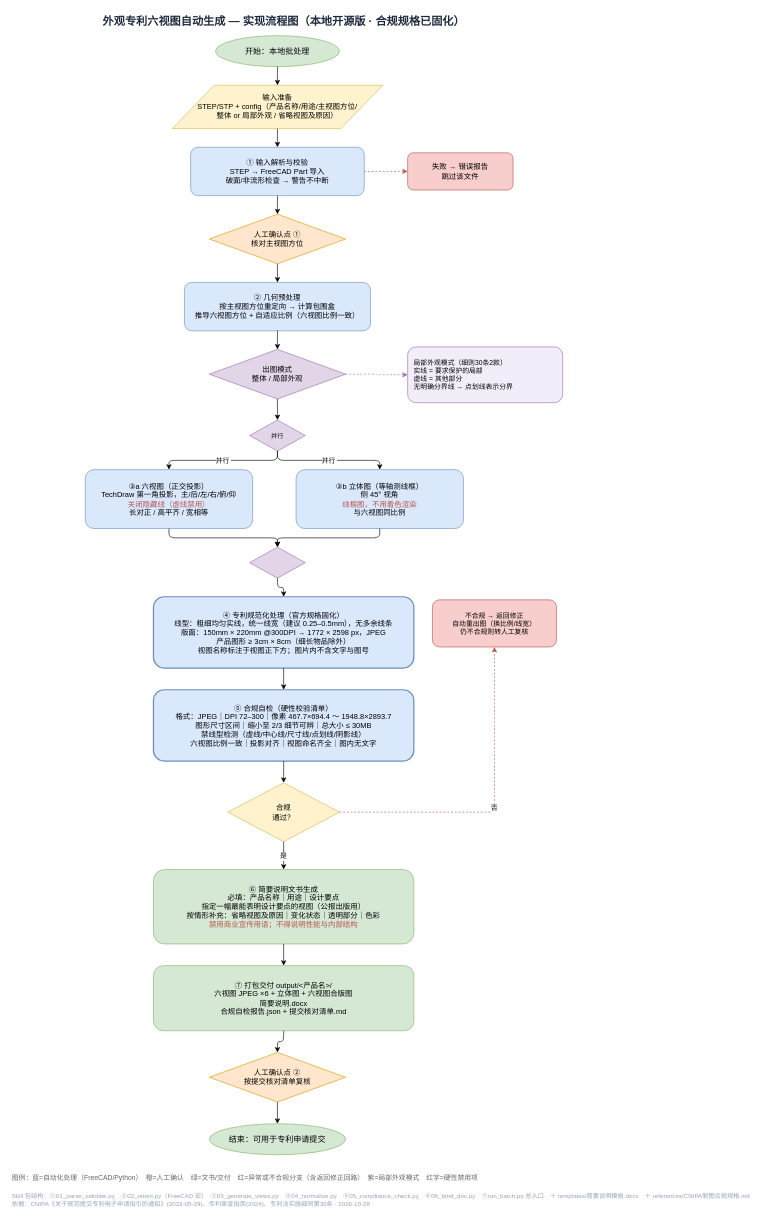
The draw.io diagram 六视图生成流程图.drawio in felix-lius/design-patent-views, before the edit. Source tidied: cells renumbered, new cells numbered last; positions are measured from the earlier drawing's top-left corner, leaving out a move shared by most shapes. Both pictures are drawn from the tidied source at 62%, with x=0, y=0 at pixel (11, 11).
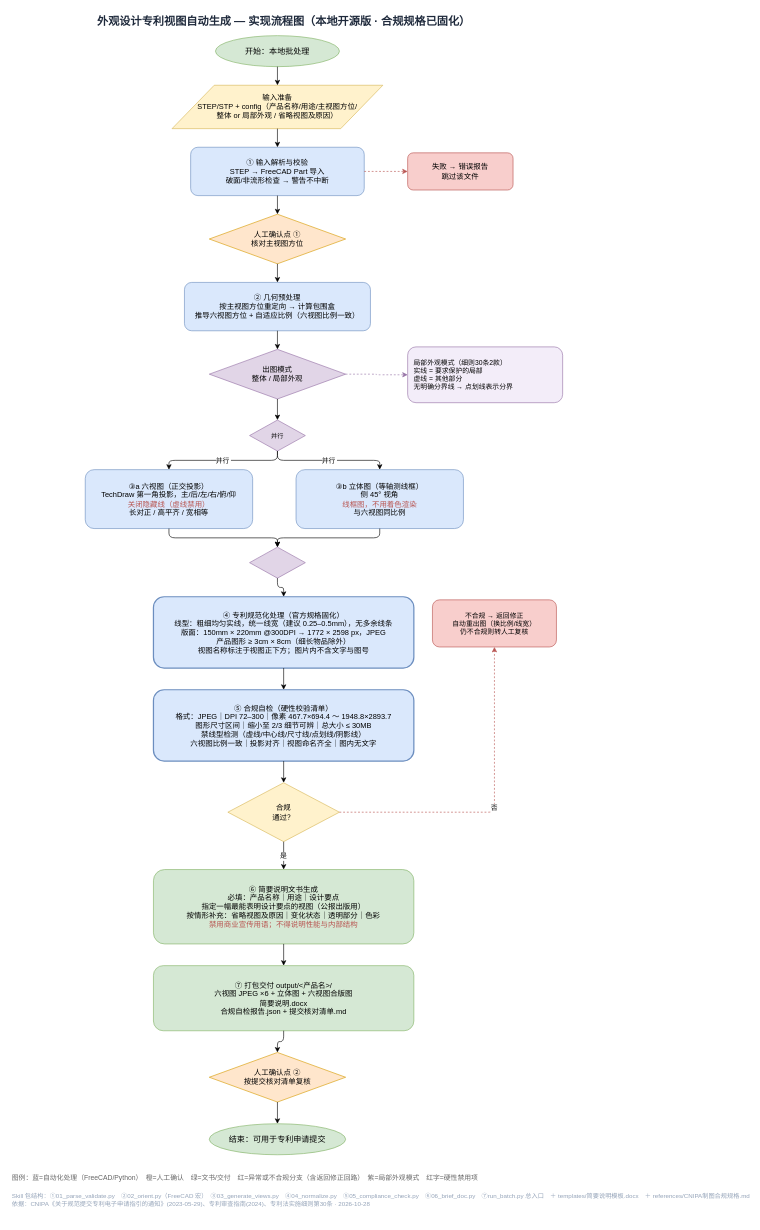
After the change.

The edit, as a diff of the source:
```diff
@@
-    <mxCell id="2" value="外观专利六视图自动生成 — 实现流程图（本地开源版 · 合规规格已固化）" style="text;html=1;align=center;fontSize=18;fontStyle=1;fontColor=#1e293b;" parent="1" vertex="1">
+    <mxCell id="2" value="外观设计专利视图自动生成 — 实现流程图（本地开源版 · 合规规格已固化）" style="text;html=1;align=center;fontSize=18;fontStyle=1;fontColor=#1e293b;" parent="1" vertex="1">
       <mxGeometry x="140" width="600" height="30" as="geometry" />
     </mxCell>
```
